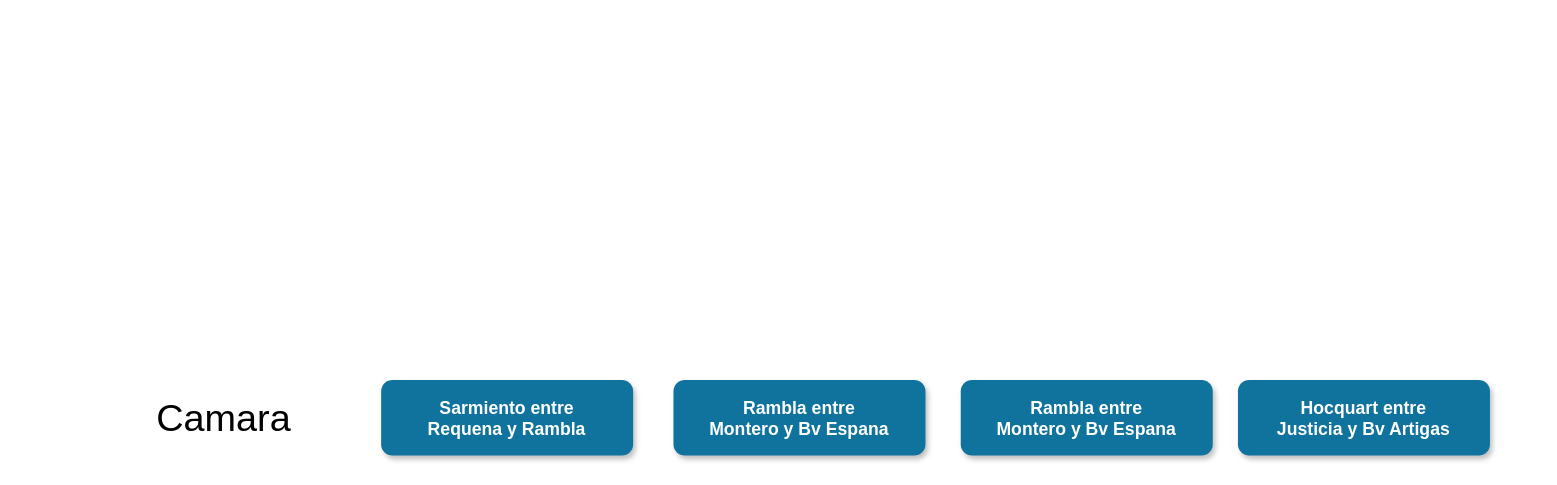
Before: 2. Diseño conceptual/camaras_example.drawio in gonzalomelov/dw-calidad-aire-docs, a draw.io diagram. Source tidied: cells renumbered, new cells numbered last; positions are measured from the earlier drawing's top-left corner, leaving out a move shared by most shapes. Both pictures are drawn from the tidied source at 126%, with x=0, y=0 at pixel (154, 379).
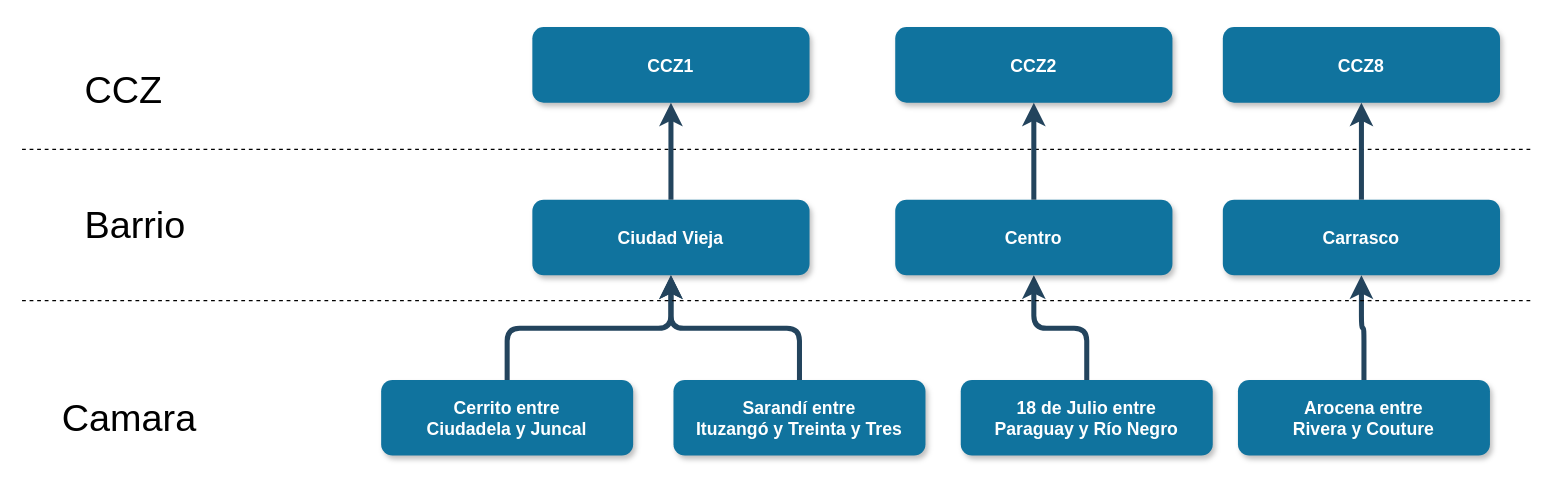
After the change.

The edit, as a diff of the source:
```diff
@@
-    <mxCell id="2" value="Sarmiento entre&#10;Requena y Rambla" style="rounded=1;fillColor=#10739E;strokeColor=none;shadow=1;gradientColor=none;fontStyle=1;fontColor=#FFFFFF;fontSize=14;" parent="1" vertex="1">
+    <mxCell id="2" value="Cerrito entre&#10;Ciudadela y Juncal" style="rounded=1;fillColor=#10739E;strokeColor=none;shadow=1;gradientColor=none;fontStyle=1;fontColor=#FFFFFF;fontSize=14;" parent="1" vertex="1">
       <mxGeometry x="180" width="200" height="60" as="geometry" />
     </mxCell>
-    <mxCell id="3" value="Rambla entre&#10;Montero y Bv Espana" style="rounded=1;fillColor=#10739E;strokeColor=none;shadow=1;gradientColor=none;fontStyle=1;fontColor=#FFFFFF;fontSize=14;" parent="1" vertex="1">
+    <mxCell id="3" value="Sarandí entre&#10;Ituzangó y Treinta y Tres" style="rounded=1;fillColor=#10739E;strokeColor=none;shadow=1;gradientColor=none;fontStyle=1;fontColor=#FFFFFF;fontSize=14;" parent="1" vertex="1">
       <mxGeometry x="412" width="200" height="60" as="geometry" />
     </mxCell>
-    <mxCell id="4" value="Rambla entre&#10;Montero y Bv Espana" style="rounded=1;fillColor=#10739E;strokeColor=none;shadow=1;gradientColor=none;fontStyle=1;fontColor=#FFFFFF;fontSize=14;" parent="1" vertex="1">
+    <mxCell id="4" value="18 de Julio entre&#10;Paraguay y Río Negro" style="rounded=1;fillColor=#10739E;strokeColor=none;shadow=1;gradientColor=none;fontStyle=1;fontColor=#FFFFFF;fontSize=14;" parent="1" vertex="1">
       <mxGeometry x="640" width="200" height="60" as="geometry" />
     </mxCell>
-    <mxCell id="5" value="Hocquart entre&#10;Justicia y Bv Artigas" style="rounded=1;fillColor=#10739E;strokeColor=none;shadow=1;gradientColor=none;fontStyle=1;fontColor=#FFFFFF;fontSize=14;" parent="1" vertex="1">
+    <mxCell id="5" value="Arocena entre&#10;Rivera y Couture" style="rounded=1;fillColor=#10739E;strokeColor=none;shadow=1;gradientColor=none;fontStyle=1;fontColor=#FFFFFF;fontSize=14;" parent="1" vertex="1">
       <mxGeometry x="860" width="200" height="60" as="geometry" />
     </mxCell>
     <mxCell id="6" value="&lt;span style=&quot;font-size: 30px&quot;&gt;Camara&lt;/span&gt;" style="text;html=1;align=left;verticalAlign=top;spacingTop=-4;" parent="1" vertex="1">
-      <mxGeometry y="10" width="120" height="20" as="geometry" />
+      <mxGeometry x="-75" y="10" width="120" height="20" as="geometry" />
     </mxCell>
+    <mxCell id="7" value="Ciudad Vieja" style="rounded=1;fillColor=#10739E;strokeColor=none;shadow=1;gradientColor=none;fontStyle=1;fontColor=#FFFFFF;fontSize=14;" parent="1" vertex="1">
+      <mxGeometry x="300" y="-143" width="220" height="60" as="geometry" />
+    </mxCell>
+    <mxCell id="8" style="edgeStyle=elbowEdgeStyle;elbow=vertical;strokeWidth=4;endArrow=none;endFill=0;fontStyle=1;strokeColor=#23445D;startArrow=classic;startFill=1;entryX=0.5;entryY=0;entryDx=0;entryDy=0;" parent="1" edge="1" source="7" target="3">
+      <mxGeometry x="-15" y="807" as="geometry" />
+    </mxCell>
+    <mxCell id="9" style="edgeStyle=elbowEdgeStyle;elbow=vertical;strokeWidth=4;endArrow=none;endFill=0;fontStyle=1;strokeColor=#23445D;startArrow=classic;startFill=1;entryX=0.5;entryY=0;entryDx=0;entryDy=0;" parent="1" edge="1" source="7" target="2">
+      <mxGeometry x="-15" y="807" as="geometry" />
+    </mxCell>
+    <mxCell id="10" style="edgeStyle=elbowEdgeStyle;elbow=vertical;strokeWidth=4;endArrow=none;endFill=0;fontStyle=1;strokeColor=#23445D;exitX=0.5;exitY=1;exitDx=0;exitDy=0;startArrow=classic;startFill=1;entryX=0.5;entryY=0;entryDx=0;entryDy=0;" parent="1" edge="1" source="15" target="4">
+      <mxGeometry x="-15" y="807" as="geometry" />
+    </mxCell>
+    <mxCell id="11" value="Carrasco" style="rounded=1;fillColor=#10739E;strokeColor=none;shadow=1;gradientColor=none;fontStyle=1;fontColor=#FFFFFF;fontSize=14;" parent="1" vertex="1">
+      <mxGeometry x="848" y="-143" width="220" height="60" as="geometry" />
+    </mxCell>
+    <mxCell id="12" style="edgeStyle=elbowEdgeStyle;elbow=vertical;strokeWidth=4;endArrow=none;endFill=0;fontStyle=1;strokeColor=#23445D;startArrow=classic;startFill=1;entryX=0.5;entryY=0;entryDx=0;entryDy=0;" parent="1" edge="1" source="11" target="5">
+      <mxGeometry x="715" y="807" as="geometry" />
+    </mxCell>
+    <mxCell id="13" style="endArrow=none;dashed=1;html=1;" parent="1" edge="1">
+      <mxGeometry relative="1" as="geometry">
+        <mxPoint x="-105" y="-63" as="sourcePoint" />
+        <mxPoint x="1095" y="-63" as="targetPoint" />
+      </mxGeometry>
+    </mxCell>
+    <mxCell id="14" value="&lt;font size=&quot;1&quot;&gt;&lt;span style=&quot;font-size: 30px&quot;&gt;Barrio&lt;/span&gt;&lt;/font&gt;" style="text;html=1;align=left;verticalAlign=top;spacingTop=-4;" parent="1" vertex="1">
+      <mxGeometry x="-57" y="-143" width="100" height="20" as="geometry" />
+    </mxCell>
+    <mxCell id="15" value="Centro" style="rounded=1;fillColor=#10739E;strokeColor=none;shadow=1;gradientColor=none;fontStyle=1;fontColor=#FFFFFF;fontSize=14;" parent="1" vertex="1">
+      <mxGeometry x="588" y="-143" width="220" height="60" as="geometry" />
+    </mxCell>
+    <mxCell id="16" value="&lt;font size=&quot;1&quot;&gt;&lt;span style=&quot;font-size: 30px&quot;&gt;CCZ&lt;/span&gt;&lt;/font&gt;" style="text;html=1;align=left;verticalAlign=top;spacingTop=-4;" parent="1" vertex="1">
+      <mxGeometry x="-57" y="-250" width="80" height="20" as="geometry" />
+    </mxCell>
+    <mxCell id="17" style="endArrow=none;dashed=1;html=1;" parent="1" edge="1">
+      <mxGeometry relative="1" as="geometry">
+        <mxPoint x="-105" y="-183" as="sourcePoint" />
+        <mxPoint x="1095" y="-183" as="targetPoint" />
+      </mxGeometry>
+    </mxCell>
+    <mxCell id="18" value="CCZ1" style="rounded=1;fillColor=#10739E;strokeColor=none;shadow=1;gradientColor=none;fontStyle=1;fontColor=#FFFFFF;fontSize=14;" parent="1" vertex="1">
+      <mxGeometry x="300" y="-280" width="220" height="60" as="geometry" />
+    </mxCell>
+    <mxCell id="19" value="CCZ8" style="rounded=1;fillColor=#10739E;strokeColor=none;shadow=1;gradientColor=none;fontStyle=1;fontColor=#FFFFFF;fontSize=14;" parent="1" vertex="1">
+      <mxGeometry x="848" y="-280" width="220" height="60" as="geometry" />
+    </mxCell>
+    <mxCell id="20" value="CCZ2" style="rounded=1;fillColor=#10739E;strokeColor=none;shadow=1;gradientColor=none;fontStyle=1;fontColor=#FFFFFF;fontSize=14;" parent="1" vertex="1">
+      <mxGeometry x="588" y="-280" width="220" height="60" as="geometry" />
+    </mxCell>
+    <mxCell id="21" style="edgeStyle=elbowEdgeStyle;elbow=vertical;strokeWidth=4;endArrow=none;endFill=0;fontStyle=1;strokeColor=#23445D;startArrow=classic;startFill=1;exitX=0.5;exitY=1;exitDx=0;exitDy=0;entryX=0.5;entryY=0;entryDx=0;entryDy=0;" parent="1" edge="1" source="18" target="7">
+      <mxGeometry x="-5" y="817" as="geometry" />
+    </mxCell>
+    <mxCell id="22" style="edgeStyle=elbowEdgeStyle;elbow=vertical;strokeWidth=4;endArrow=none;endFill=0;fontStyle=1;strokeColor=#23445D;startArrow=classic;startFill=1;exitX=0.5;exitY=1;exitDx=0;exitDy=0;entryX=0.5;entryY=0;entryDx=0;entryDy=0;" parent="1" edge="1" source="20" target="15">
+      <mxGeometry x="340" y="837" as="geometry" />
+    </mxCell>
+    <mxCell id="23" style="edgeStyle=elbowEdgeStyle;elbow=vertical;strokeWidth=4;endArrow=none;endFill=0;fontStyle=1;strokeColor=#23445D;startArrow=classic;startFill=1;exitX=0.5;exitY=1;exitDx=0;exitDy=0;entryX=0.5;entryY=0;entryDx=0;entryDy=0;" parent="1" edge="1" source="19" target="11">
+      <mxGeometry x="656.5" y="867" as="geometry" />
+    </mxCell>
```
